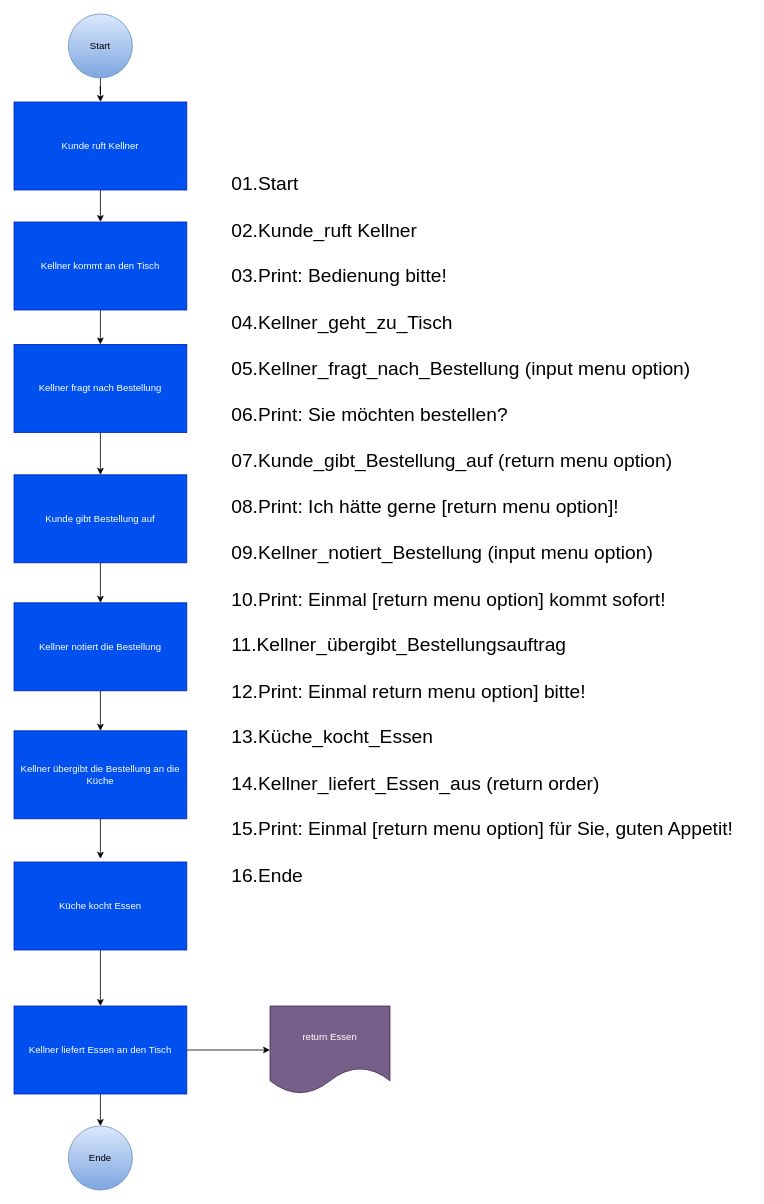
Bertzerker/Python-Course keeps this draw.io diagram as callback.drawio. Above is the earlier version. Source tidied: cells renumbered, new cells numbered last; positions are measured from the earlier drawing's top-left corner, leaving out a move shared by most shapes. Both pictures are drawn from the tidied source at 80%, with x=0, y=0 at pixel (14, 14).
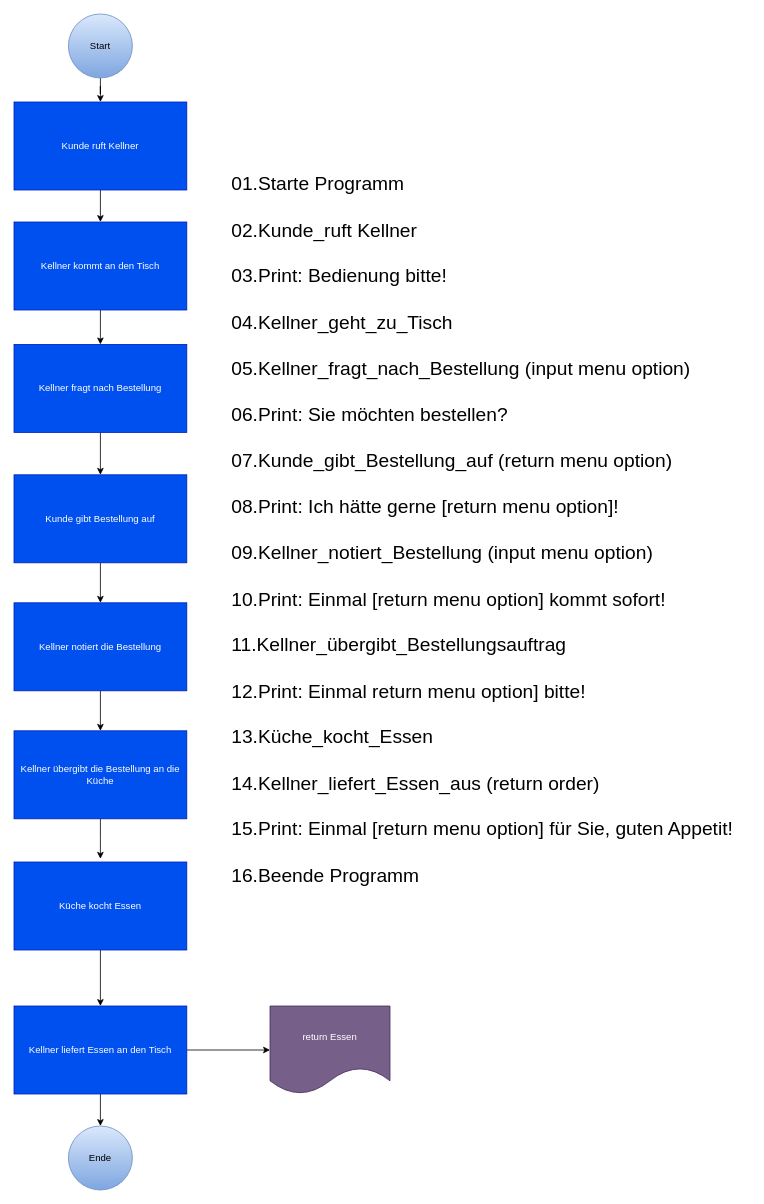
The same page after the edit.

What changed in the source:
```diff
@@
-    <mxCell id="19" value="&lt;div&gt;&lt;font style=&quot;font-size: 24px;&quot;&gt;01.Start&lt;/font&gt;&lt;/div&gt;&lt;div&gt;&lt;font style=&quot;font-size: 24px;&quot;&gt;&lt;br&gt;&lt;/font&gt;&lt;/div&gt;&lt;font style=&quot;font-size: 24px;&quot;&gt;02.Kunde_ruft Kellner&lt;/font&gt;&lt;div&gt;&lt;span style=&quot;font-size: 24px;&quot;&gt;&lt;br&gt;&lt;/span&gt;&lt;/div&gt;&lt;div&gt;&lt;span style=&quot;font-size: 24px;&quot;&gt;03.Print: Bedienung bitte!&lt;br&gt;&lt;/span&gt;&lt;div style=&quot;&quot;&gt;&lt;font style=&quot;font-size: 24px;&quot;&gt;&lt;br&gt;&lt;/font&gt;&lt;/div&gt;&lt;div style=&quot;&quot;&gt;&lt;font style=&quot;font-size: 24px;&quot;&gt;04.Kellner_geht_zu_Tisch&lt;/font&gt;&lt;/div&gt;&lt;div style=&quot;&quot;&gt;&lt;font style=&quot;font-size: 24px;&quot;&gt;&lt;br&gt;&lt;/font&gt;&lt;/div&gt;&lt;div style=&quot;&quot;&gt;&lt;font style=&quot;font-size: 24px;&quot;&gt;05.Kellner_fragt_nach_Bestellung (input menu option)&lt;/font&gt;&lt;/div&gt;&lt;div style=&quot;&quot;&gt;&lt;font style=&quot;font-size: 24px;&quot;&gt;&lt;br&gt;&lt;/font&gt;&lt;/div&gt;&lt;div style=&quot;&quot;&gt;&lt;font style=&quot;font-size: 24px;&quot;&gt;&lt;span style=&quot;background-color: transparent; color: light-dark(rgb(0, 0, 0), rgb(255, 255, 255));&quot;&gt;06.&lt;/span&gt;Print: Sie möchten bestellen?&lt;/font&gt;&lt;/div&gt;&lt;div style=&quot;&quot;&gt;&lt;font style=&quot;font-size: 24px;&quot;&gt;&lt;br&gt;&lt;/font&gt;&lt;/div&gt;&lt;div style=&quot;&quot;&gt;&lt;font style=&quot;font-size: 24px;&quot;&gt;&lt;span style=&quot;background-color: transparent; color: light-dark(rgb(0, 0, 0), rgb(255, 255, 255));&quot;&gt;07.&lt;/span&gt;Kunde_gibt_Bestellung_auf (return menu option)&lt;/font&gt;&lt;/div&gt;&lt;div style=&quot;&quot;&gt;&lt;font style=&quot;font-size: 24px;&quot;&gt;&lt;br&gt;&lt;/font&gt;&lt;/div&gt;&lt;div style=&quot;&quot;&gt;&lt;font style=&quot;font-size: 24px;&quot;&gt;&lt;span style=&quot;background-color: transparent; color: light-dark(rgb(0, 0, 0), rgb(255, 255, 255));&quot;&gt;08.&lt;/span&gt;Print: Ich hätte gerne [return menu option]!&lt;/font&gt;&lt;/div&gt;&lt;div style=&quot;&quot;&gt;&lt;span style=&quot;background-color: transparent; color: light-dark(rgb(0, 0, 0), rgb(255, 255, 255)); font-size: 24px;&quot;&gt;&lt;br&gt;&lt;/span&gt;&lt;/div&gt;&lt;div style=&quot;&quot;&gt;&lt;span style=&quot;font-size: 24px; background-color: transparent; color: light-dark(rgb(0, 0, 0), rgb(255, 255, 255));&quot;&gt;09.&lt;/span&gt;&lt;span style=&quot;background-color: transparent; color: light-dark(rgb(0, 0, 0), rgb(255, 255, 255)); font-size: 24px;&quot;&gt;Kellner_notiert_Bestellung (input&amp;nbsp;&lt;/span&gt;&lt;span style=&quot;font-size: 24px;&quot;&gt;menu option&lt;/span&gt;&lt;span style=&quot;background-color: transparent; color: light-dark(rgb(0, 0, 0), rgb(255, 255, 255)); font-size: 24px;&quot;&gt;)&lt;/span&gt;&lt;/div&gt;&lt;div style=&quot;&quot;&gt;&lt;span style=&quot;background-color: transparent; color: light-dark(rgb(0, 0, 0), rgb(255, 255, 255)); font-size: 24px;&quot;&gt;&lt;br&gt;&lt;/span&gt;&lt;/div&gt;&lt;div style=&quot;&quot;&gt;&lt;span style=&quot;font-size: 24px; background-color: transparent; color: light-dark(rgb(0, 0, 0), rgb(255, 255, 255));&quot;&gt;10.&lt;/span&gt;&lt;span style=&quot;background-color: transparent; color: light-dark(rgb(0, 0, 0), rgb(255, 255, 255)); font-size: 24px;&quot;&gt;Print: Einmal [return menu option] kommt sofort!&lt;/span&gt;&lt;/div&gt;&lt;div style=&quot;&quot;&gt;&lt;font style=&quot;font-size: 24px;&quot;&gt;&lt;br&gt;&lt;/font&gt;&lt;/div&gt;&lt;div style=&quot;&quot;&gt;&lt;font style=&quot;font-size: 24px;&quot;&gt;&lt;span style=&quot;background-color: transparent; color: light-dark(rgb(0, 0, 0), rgb(255, 255, 255));&quot;&gt;11.&lt;/span&gt;Kellner_übergibt_Bestellungsauftrag&lt;/font&gt;&lt;/div&gt;&lt;/div&gt;&lt;div style=&quot;&quot;&gt;&lt;font style=&quot;font-size: 24px;&quot;&gt;&lt;br&gt;&lt;/font&gt;&lt;/div&gt;&lt;div style=&quot;&quot;&gt;&lt;font style=&quot;font-size: 24px;&quot;&gt;&lt;span style=&quot;background-color: transparent; color: light-dark(rgb(0, 0, 0), rgb(255, 255, 255));&quot;&gt;12.&lt;/span&gt;Print: Einmal&amp;nbsp;&lt;/font&gt;&lt;span style=&quot;font-size: 24px; background-color: transparent; color: light-dark(rgb(0, 0, 0), rgb(255, 255, 255));&quot;&gt;return menu option] bitte!&lt;/span&gt;&lt;/div&gt;&lt;div style=&quot;&quot;&gt;&lt;font style=&quot;font-size: 24px;&quot;&gt;&lt;br&gt;&lt;/font&gt;&lt;/div&gt;&lt;div style=&quot;&quot;&gt;&lt;font style=&quot;font-size: 24px;&quot;&gt;&lt;span style=&quot;background-color: transparent; color: light-dark(rgb(0, 0, 0), rgb(255, 255, 255));&quot;&gt;13.&lt;/span&gt;Küche_kocht_Essen&lt;/font&gt;&lt;/div&gt;&lt;div style=&quot;&quot;&gt;&lt;font style=&quot;font-size: 24px;&quot;&gt;&lt;br&gt;&lt;/font&gt;&lt;/div&gt;&lt;div style=&quot;&quot;&gt;&lt;font style=&quot;font-size: 24px;&quot;&gt;&lt;span style=&quot;background-color: transparent; color: light-dark(rgb(0, 0, 0), rgb(255, 255, 255));&quot;&gt;14.&lt;/span&gt;Kellner_liefert_Essen_aus (return order)&lt;/font&gt;&lt;/div&gt;&lt;div style=&quot;&quot;&gt;&lt;font style=&quot;font-size: 24px;&quot;&gt;&lt;br&gt;&lt;/font&gt;&lt;/div&gt;&lt;div style=&quot;&quot;&gt;&lt;font style=&quot;font-size: 24px;&quot;&gt;&lt;span style=&quot;background-color: transparent; color: light-dark(rgb(0, 0, 0), rgb(255, 255, 255));&quot;&gt;15.&lt;/span&gt;Print: Einmal&amp;nbsp;&lt;/font&gt;&lt;span style=&quot;font-size: 24px; background-color: transparent; color: light-dark(rgb(0, 0, 0), rgb(255, 255, 255));&quot;&gt;[return menu option] für Sie, guten Appetit!&lt;/span&gt;&lt;/div&gt;&lt;div style=&quot;&quot;&gt;&lt;font style=&quot;font-size: 24px;&quot;&gt;&lt;br&gt;&lt;/font&gt;&lt;/div&gt;&lt;div style=&quot;&quot;&gt;&lt;font style=&quot;font-size: 24px;&quot;&gt;&lt;span style=&quot;background-color: transparent; color: light-dark(rgb(0, 0, 0), rgb(255, 255, 255));&quot;&gt;16.&lt;/span&gt;Ende&lt;/font&gt;&lt;/div&gt;" style="text;html=1;align=left;verticalAlign=middle;strokeColor=none;fillColor=none;" parent="1" vertex="1">
+    <mxCell id="19" value="&lt;div&gt;&lt;font style=&quot;font-size: 24px;&quot;&gt;01.Starte Programm&lt;/font&gt;&lt;/div&gt;&lt;div&gt;&lt;font style=&quot;font-size: 24px;&quot;&gt;&lt;br&gt;&lt;/font&gt;&lt;/div&gt;&lt;font style=&quot;font-size: 24px;&quot;&gt;02.Kunde_ruft Kellner&lt;/font&gt;&lt;div&gt;&lt;span style=&quot;font-size: 24px;&quot;&gt;&lt;br&gt;&lt;/span&gt;&lt;/div&gt;&lt;div&gt;&lt;span style=&quot;font-size: 24px;&quot;&gt;03.Print: Bedienung bitte!&lt;br&gt;&lt;/span&gt;&lt;div style=&quot;&quot;&gt;&lt;font style=&quot;font-size: 24px;&quot;&gt;&lt;br&gt;&lt;/font&gt;&lt;/div&gt;&lt;div style=&quot;&quot;&gt;&lt;font style=&quot;font-size: 24px;&quot;&gt;04.Kellner_geht_zu_Tisch&lt;/font&gt;&lt;/div&gt;&lt;div style=&quot;&quot;&gt;&lt;font style=&quot;font-size: 24px;&quot;&gt;&lt;br&gt;&lt;/font&gt;&lt;/div&gt;&lt;div style=&quot;&quot;&gt;&lt;font style=&quot;font-size: 24px;&quot;&gt;05.Kellner_fragt_nach_Bestellung (input menu option)&lt;/font&gt;&lt;/div&gt;&lt;div style=&quot;&quot;&gt;&lt;font style=&quot;font-size: 24px;&quot;&gt;&lt;br&gt;&lt;/font&gt;&lt;/div&gt;&lt;div style=&quot;&quot;&gt;&lt;font style=&quot;font-size: 24px;&quot;&gt;&lt;span style=&quot;background-color: transparent; color: light-dark(rgb(0, 0, 0), rgb(255, 255, 255));&quot;&gt;06.&lt;/span&gt;Print: Sie möchten bestellen?&lt;/font&gt;&lt;/div&gt;&lt;div style=&quot;&quot;&gt;&lt;font style=&quot;font-size: 24px;&quot;&gt;&lt;br&gt;&lt;/font&gt;&lt;/div&gt;&lt;div style=&quot;&quot;&gt;&lt;font style=&quot;font-size: 24px;&quot;&gt;&lt;span style=&quot;background-color: transparent; color: light-dark(rgb(0, 0, 0), rgb(255, 255, 255));&quot;&gt;07.&lt;/span&gt;Kunde_gibt_Bestellung_auf (return menu option)&lt;/font&gt;&lt;/div&gt;&lt;div style=&quot;&quot;&gt;&lt;font style=&quot;font-size: 24px;&quot;&gt;&lt;br&gt;&lt;/font&gt;&lt;/div&gt;&lt;div style=&quot;&quot;&gt;&lt;font style=&quot;font-size: 24px;&quot;&gt;&lt;span style=&quot;background-color: transparent; color: light-dark(rgb(0, 0, 0), rgb(255, 255, 255));&quot;&gt;08.&lt;/span&gt;Print: Ich hätte gerne [return menu option]!&lt;/font&gt;&lt;/div&gt;&lt;div style=&quot;&quot;&gt;&lt;span style=&quot;background-color: transparent; color: light-dark(rgb(0, 0, 0), rgb(255, 255, 255)); font-size: 24px;&quot;&gt;&lt;br&gt;&lt;/span&gt;&lt;/div&gt;&lt;div style=&quot;&quot;&gt;&lt;span style=&quot;font-size: 24px; background-color: transparent; color: light-dark(rgb(0, 0, 0), rgb(255, 255, 255));&quot;&gt;09.&lt;/span&gt;&lt;span style=&quot;background-color: transparent; color: light-dark(rgb(0, 0, 0), rgb(255, 255, 255)); font-size: 24px;&quot;&gt;Kellner_notiert_Bestellung (input&amp;nbsp;&lt;/span&gt;&lt;span style=&quot;font-size: 24px;&quot;&gt;menu option&lt;/span&gt;&lt;span style=&quot;background-color: transparent; color: light-dark(rgb(0, 0, 0), rgb(255, 255, 255)); font-size: 24px;&quot;&gt;)&lt;/span&gt;&lt;/div&gt;&lt;div style=&quot;&quot;&gt;&lt;span style=&quot;background-color: transparent; color: light-dark(rgb(0, 0, 0), rgb(255, 255, 255)); font-size: 24px;&quot;&gt;&lt;br&gt;&lt;/span&gt;&lt;/div&gt;&lt;div style=&quot;&quot;&gt;&lt;span style=&quot;font-size: 24px; background-color: transparent; color: light-dark(rgb(0, 0, 0), rgb(255, 255, 255));&quot;&gt;10.&lt;/span&gt;&lt;span style=&quot;background-color: transparent; color: light-dark(rgb(0, 0, 0), rgb(255, 255, 255)); font-size: 24px;&quot;&gt;Print: Einmal [return menu option] kommt sofort!&lt;/span&gt;&lt;/div&gt;&lt;div style=&quot;&quot;&gt;&lt;font style=&quot;font-size: 24px;&quot;&gt;&lt;br&gt;&lt;/font&gt;&lt;/div&gt;&lt;div style=&quot;&quot;&gt;&lt;font style=&quot;font-size: 24px;&quot;&gt;&lt;span style=&quot;background-color: transparent; color: light-dark(rgb(0, 0, 0), rgb(255, 255, 255));&quot;&gt;11.&lt;/span&gt;Kellner_übergibt_Bestellungsauftrag&lt;/font&gt;&lt;/div&gt;&lt;/div&gt;&lt;div style=&quot;&quot;&gt;&lt;font style=&quot;font-size: 24px;&quot;&gt;&lt;br&gt;&lt;/font&gt;&lt;/div&gt;&lt;div style=&quot;&quot;&gt;&lt;font style=&quot;font-size: 24px;&quot;&gt;&lt;span style=&quot;background-color: transparent; color: light-dark(rgb(0, 0, 0), rgb(255, 255, 255));&quot;&gt;12.&lt;/span&gt;Print: Einmal&amp;nbsp;&lt;/font&gt;&lt;span style=&quot;font-size: 24px; background-color: transparent; color: light-dark(rgb(0, 0, 0), rgb(255, 255, 255));&quot;&gt;return menu option] bitte!&lt;/span&gt;&lt;/div&gt;&lt;div style=&quot;&quot;&gt;&lt;font style=&quot;font-size: 24px;&quot;&gt;&lt;br&gt;&lt;/font&gt;&lt;/div&gt;&lt;div style=&quot;&quot;&gt;&lt;font style=&quot;font-size: 24px;&quot;&gt;&lt;span style=&quot;background-color: transparent; color: light-dark(rgb(0, 0, 0), rgb(255, 255, 255));&quot;&gt;13.&lt;/span&gt;Küche_kocht_Essen&lt;/font&gt;&lt;/div&gt;&lt;div style=&quot;&quot;&gt;&lt;font style=&quot;font-size: 24px;&quot;&gt;&lt;br&gt;&lt;/font&gt;&lt;/div&gt;&lt;div style=&quot;&quot;&gt;&lt;font style=&quot;font-size: 24px;&quot;&gt;&lt;span style=&quot;background-color: transparent; color: light-dark(rgb(0, 0, 0), rgb(255, 255, 255));&quot;&gt;14.&lt;/span&gt;Kellner_liefert_Essen_aus (return order)&lt;/font&gt;&lt;/div&gt;&lt;div style=&quot;&quot;&gt;&lt;font style=&quot;font-size: 24px;&quot;&gt;&lt;br&gt;&lt;/font&gt;&lt;/div&gt;&lt;div style=&quot;&quot;&gt;&lt;font style=&quot;font-size: 24px;&quot;&gt;&lt;span style=&quot;background-color: transparent; color: light-dark(rgb(0, 0, 0), rgb(255, 255, 255));&quot;&gt;15.&lt;/span&gt;Print: Einmal&amp;nbsp;&lt;/font&gt;&lt;span style=&quot;font-size: 24px; background-color: transparent; color: light-dark(rgb(0, 0, 0), rgb(255, 255, 255));&quot;&gt;[return menu option] für Sie, guten Appetit!&lt;/span&gt;&lt;/div&gt;&lt;div style=&quot;&quot;&gt;&lt;font style=&quot;font-size: 24px;&quot;&gt;&lt;br&gt;&lt;/font&gt;&lt;/div&gt;&lt;div style=&quot;&quot;&gt;&lt;font style=&quot;font-size: 24px;&quot;&gt;&lt;span style=&quot;background-color: transparent; color: light-dark(rgb(0, 0, 0), rgb(255, 255, 255));&quot;&gt;16.&lt;/span&gt;Beende Programm&lt;/font&gt;&lt;/div&gt;" style="text;html=1;align=left;verticalAlign=middle;strokeColor=none;fillColor=none;" parent="1" vertex="1">
       <mxGeometry x="270" y="190" width="650" height="910" as="geometry" />
     </mxCell>
```
